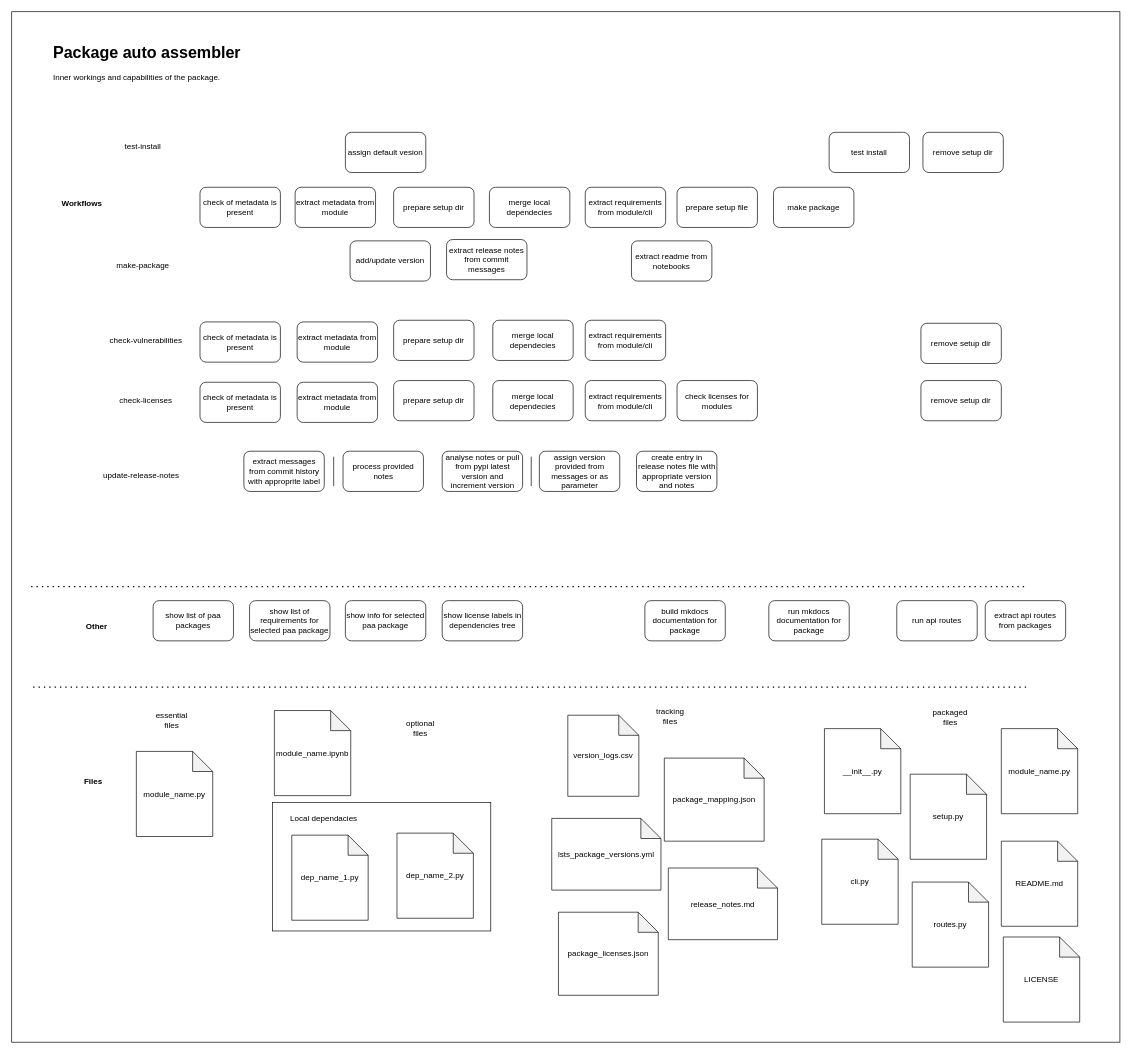
Earlier version of the draw.io diagram page "flow" (2 of 2) of drawio/package_auto_assembler.drawio (Kiril-Mordan/reusables). Source tidied: cells renumbered, new cells numbered last; positions are measured from the earlier drawing's top-left corner, leaving out a move shared by most shapes. Both pictures are drawn from the tidied source at 67%, with x=0, y=0 at pixel (11, 11).
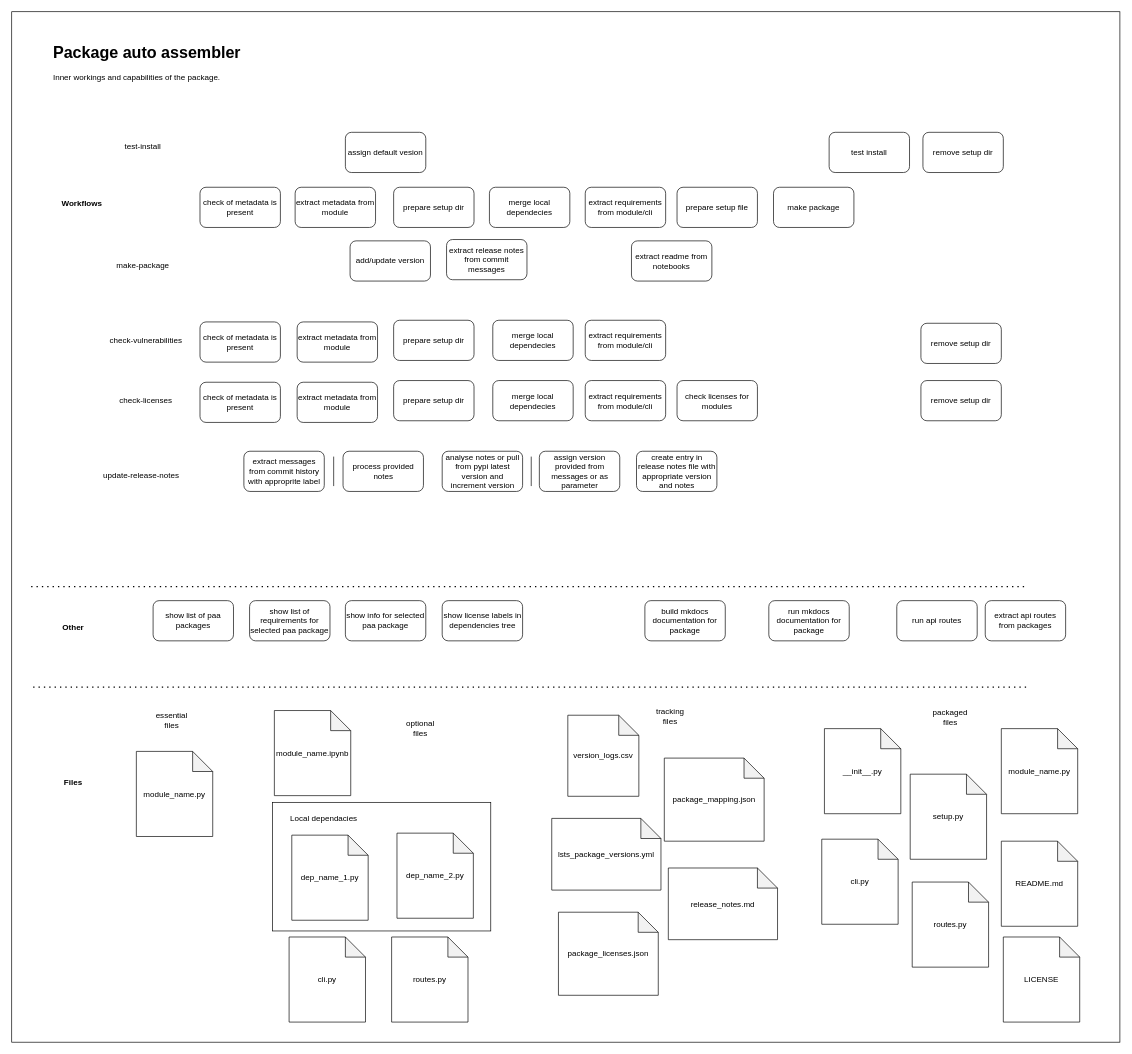
The same diagram, later.

Commit message (it also covers changes not shown here):
[package_auto_assembler] minor fix for requirements extraction with extra_require labels; fixes for the problem when __package_metadata__ is empty and .ipynb is optional

What changed in the source:
```diff
@@
     <mxCell id="33" value="&lt;b&gt;Other&lt;/b&gt;" style="text;html=1;align=center;verticalAlign=middle;whiteSpace=wrap;rounded=0;" parent="1" vertex="1">
-      <mxGeometry x="97" y="903" width="60" height="30" as="geometry" />
+      <mxGeometry x="62" y="905" width="60" height="30" as="geometry" />
     </mxCell>
     <mxCell id="34" value="&lt;b&gt;Files&lt;/b&gt;" style="text;html=1;align=center;verticalAlign=middle;whiteSpace=wrap;rounded=0;" parent="1" vertex="1">
-      <mxGeometry x="92" y="1134" width="60" height="30" as="geometry" />
+      <mxGeometry x="62" y="1135" width="60" height="30" as="geometry" />
     </mxCell>
@@
+    <mxCell id="77" value="cli.py" style="shape=note;whiteSpace=wrap;html=1;backgroundOutline=1;darkOpacity=0.05;" parent="1" vertex="1">
+      <mxGeometry x="414" y="1381" width="114" height="127" as="geometry" />
+    </mxCell>
+    <mxCell id="78" value="routes.py" style="shape=note;whiteSpace=wrap;html=1;backgroundOutline=1;darkOpacity=0.05;" parent="1" vertex="1">
+      <mxGeometry x="567" y="1381" width="114" height="127" as="geometry" />
+    </mxCell>
```
